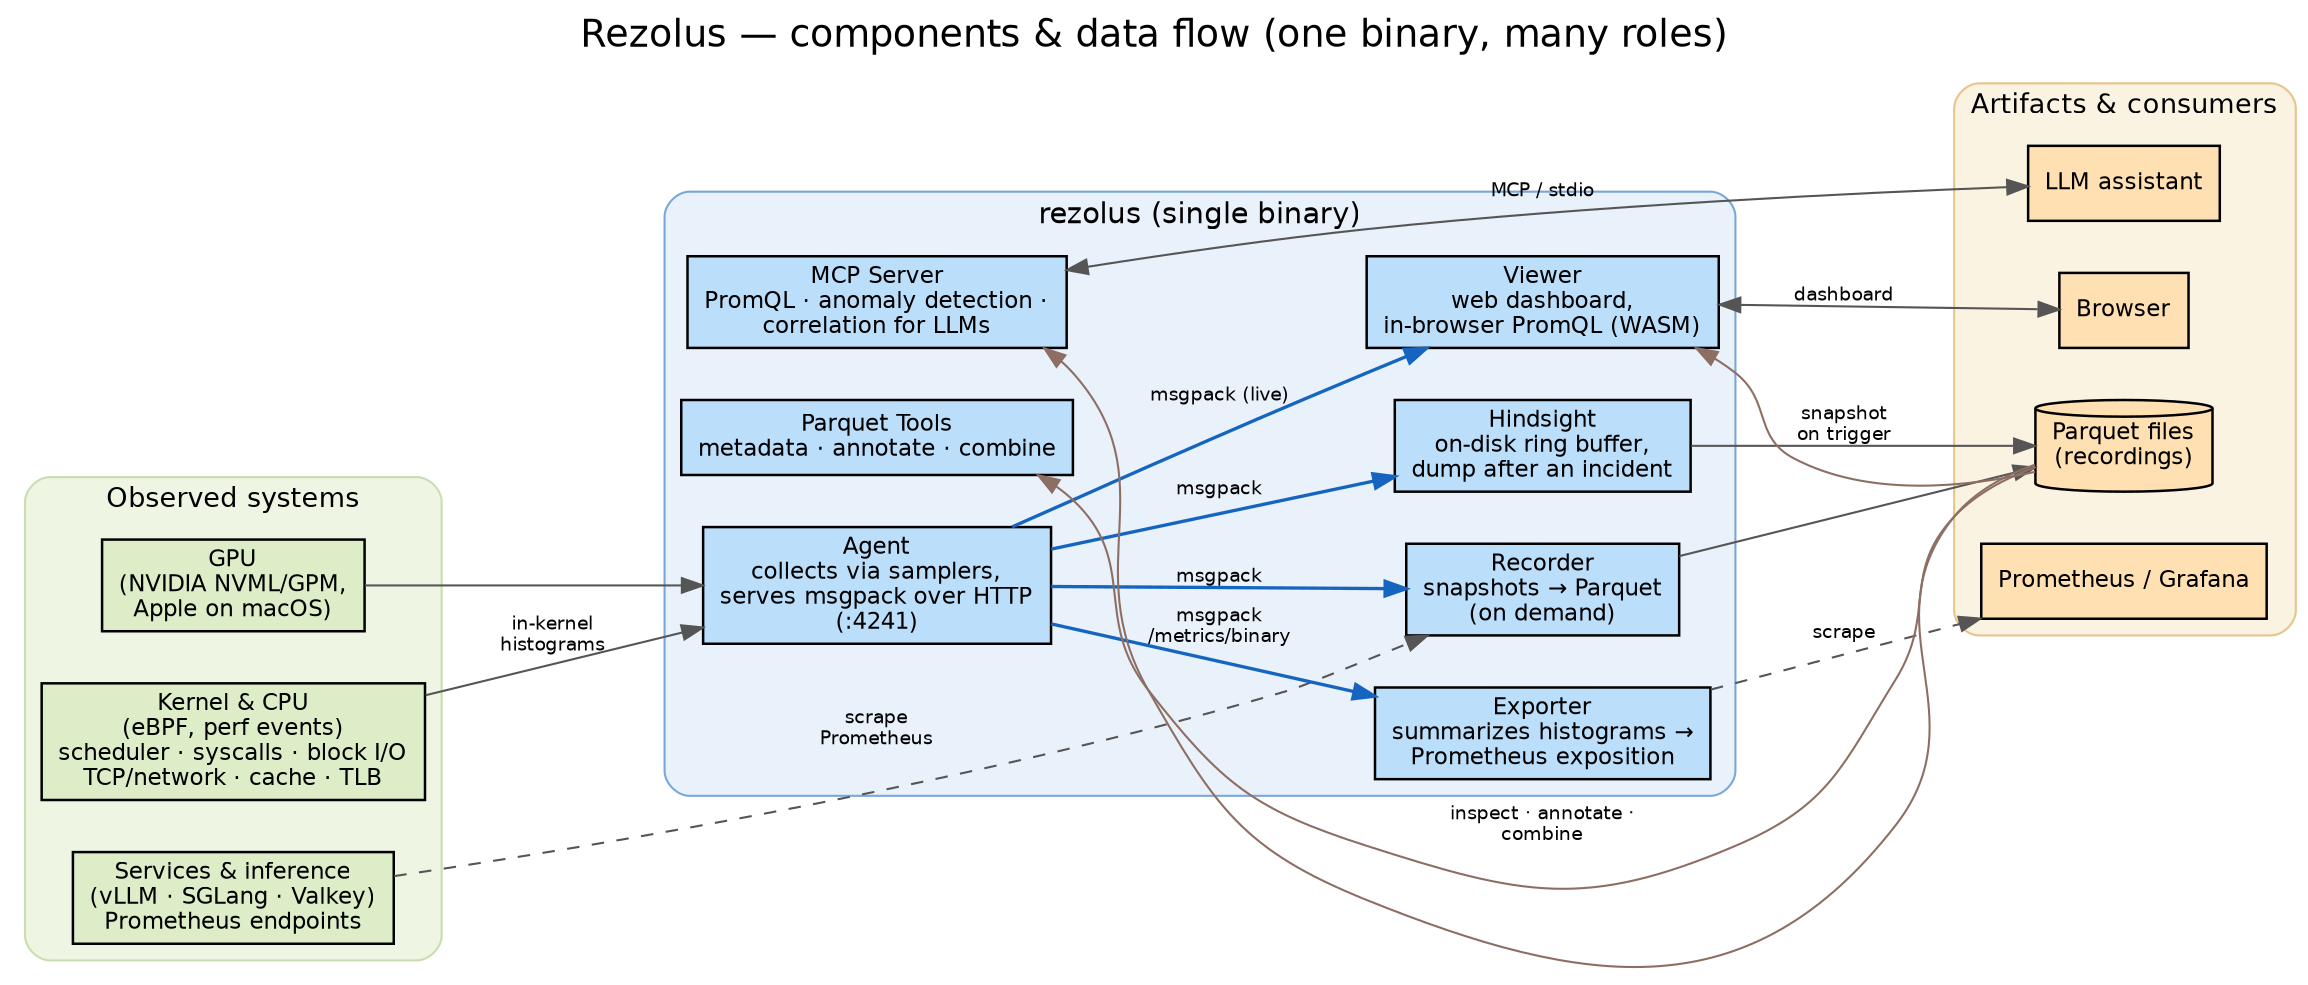
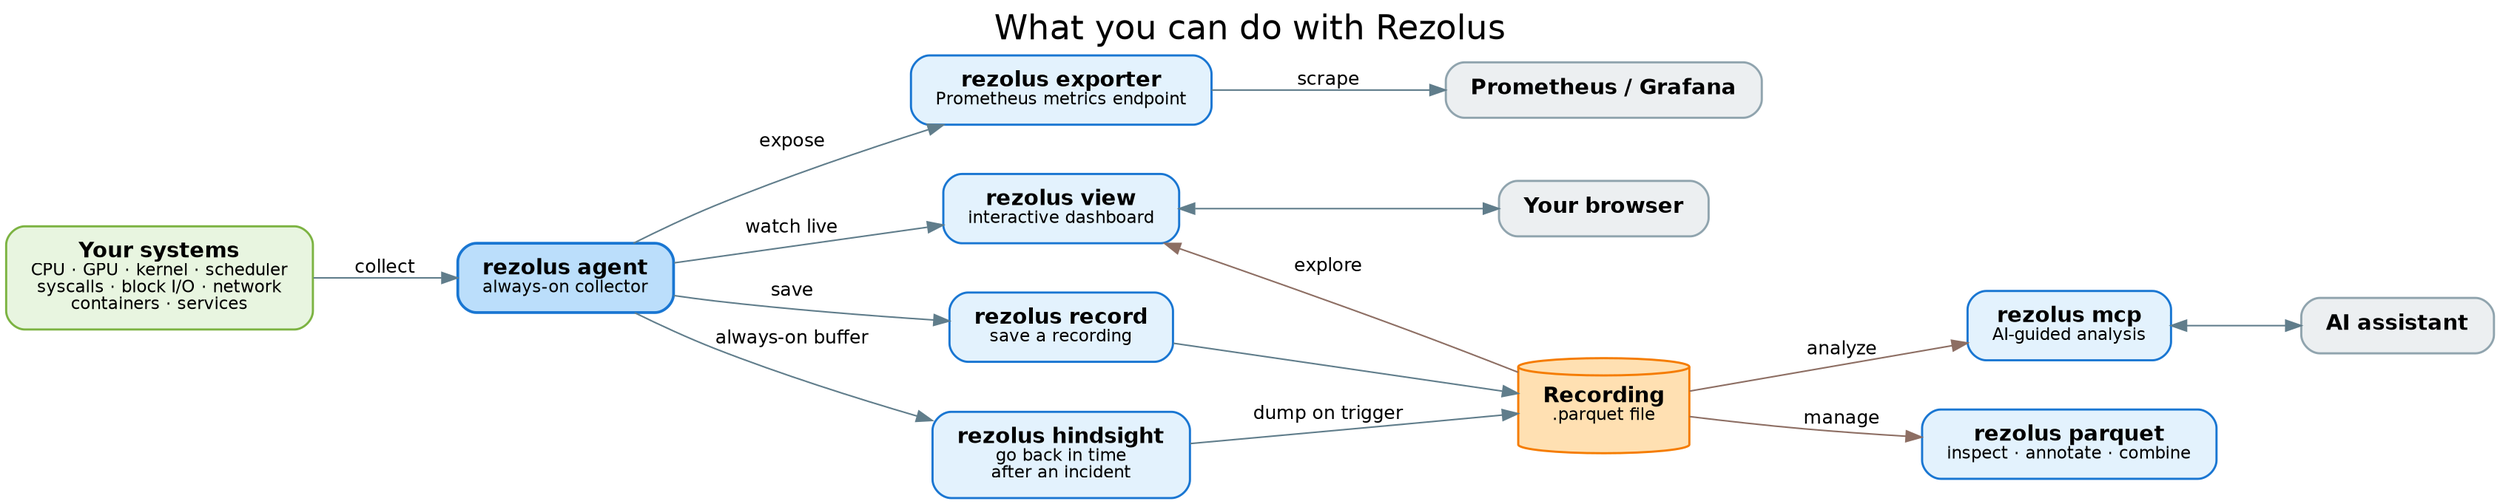
- // Rezolus component & data-flow diagram
+ // Rezolus — what you can do with it (user's view)
//
// Render:  dot -Tsvg docs/architecture.dot -o docs/architecture.svg
//          dot -Tpng docs/architecture.dot -o docs/architecture.png
//
- // A single `rezolus` binary provides every role shown in the middle band.
- // Arrows show how data flows between what Rezolus observes, the roles that
- // process it, the artifacts they produce, and the external systems that
- // consume them.
+ // Everything below is the one `rezolus` binary — you just pick the
+ // subcommand for the job. Arrows read as "what you do next".

digraph rezolus {
  rankdir=LR;
  fontname="Helvetica";
  labelloc="t";
-   label="Rezolus — components & data flow (one binary, many roles)";
-   fontsize=18;
-   nodesep=0.35;
-   ranksep=1.0;
+   label="What you can do with Rezolus";
+   fontsize=22;
+   nodesep=0.45;
+   ranksep=0.75;
  bgcolor="white";

-   node [fontname="Helvetica", fontsize=11, style="filled", penwidth=1.2];
-   edge [fontname="Helvetica", fontsize=9, color="#555555"];
+   node [fontname="Helvetica", fontsize=14, shape=box, style="rounded,filled", penwidth=1.4, margin="0.22,0.14"];
+   edge [fontname="Helvetica", fontsize=12, color="#607d8b"];

-   // ---- What Rezolus observes -------------------------------------------
-   subgraph cluster_sources {
-     label="Observed systems";
-     style="rounded,filled";
-     color="#c8ddb0";
-     fillcolor="#eef5e3";
-     fontname="Helvetica"; fontsize=13;
+   // ---- What you're watching --------------------------------------------
+   system [label=<<b>Your systems</b><br/><font point-size="11">CPU · GPU · kernel · scheduler<br/>syscalls · block I/O · network<br/>containers · services</font>>,
+           fillcolor="#e8f5e0", color="#7cb342"];

-     kernel   [label="Kernel & CPU\n(eBPF, perf events)\nscheduler · syscalls · block I/O\nTCP/network · cache · TLB", shape=box, fillcolor="#dcedc8"];
-     gpu      [label="GPU\n(NVIDIA NVML/GPM,\nApple on macOS)", shape=box, fillcolor="#dcedc8"];
-     services [label="Services & inference\n(vLLM · SGLang · Valkey)\nPrometheus endpoints", shape=box, fillcolor="#dcedc8"];
-   }
+   // ---- The always-on collector -----------------------------------------
+   agent [label=<<b>rezolus agent</b><br/><font point-size="11">always-on collector</font>>,
+          fillcolor="#bbdefb", color="#1976d2", penwidth=1.8];

-   // ---- The single binary and its roles ---------------------------------
-   subgraph cluster_binary {
-     label="rezolus (single binary)";
-     style="rounded,filled";
-     color="#7aa7d9";
-     fillcolor="#e9f1fb";
-     fontname="Helvetica"; fontsize=14;
+   // ---- Live: stream and watch ------------------------------------------
+   exporter [label=<<b>rezolus exporter</b><br/><font point-size="11">Prometheus metrics endpoint</font>>, fillcolor="#e3f2fd", color="#1976d2"];
+   view     [label=<<b>rezolus view</b><br/><font point-size="11">interactive dashboard</font>>,     fillcolor="#e3f2fd", color="#1976d2"];

-     agent     [label="Agent\ncollects via samplers,\nserves msgpack over HTTP\n(:4241)", shape=box, fillcolor="#bbdefb"];
-     exporter  [label="Exporter\nsummarizes histograms →\nPrometheus exposition", shape=box, fillcolor="#bbdefb"];
-     recorder  [label="Recorder\nsnapshots → Parquet\n(on demand)", shape=box, fillcolor="#bbdefb"];
-     hindsight [label="Hindsight\non-disk ring buffer,\ndump after an incident", shape=box, fillcolor="#bbdefb"];
-     viewer    [label="Viewer\nweb dashboard,\nin-browser PromQL (WASM)", shape=box, fillcolor="#bbdefb"];
-     pqtools   [label="Parquet Tools\nmetadata · annotate · combine", shape=box, fillcolor="#bbdefb"];
-     mcp       [label="MCP Server\nPromQL · anomaly detection ·\ncorrelation for LLMs", shape=box, fillcolor="#bbdefb"];
-   }
+   // ---- Capture to a file -----------------------------------------------
+   record    [label=<<b>rezolus record</b><br/><font point-size="11">save a recording</font>>,                 fillcolor="#e3f2fd", color="#1976d2"];
+   hindsight [label=<<b>rezolus hindsight</b><br/><font point-size="11">go back in time<br/>after an incident</font>>, fillcolor="#e3f2fd", color="#1976d2"];

-   // ---- Artifacts & external consumers ----------------------------------
-   subgraph cluster_out {
-     label="Artifacts & consumers";
-     style="rounded,filled";
-     color="#e6c48a";
-     fillcolor="#fbf3e2";
-     fontname="Helvetica"; fontsize=13;
+   // ---- Work with recordings --------------------------------------------
+   mcp     [label=<<b>rezolus mcp</b><br/><font point-size="11">AI-guided analysis</font>>,          fillcolor="#e3f2fd", color="#1976d2"];
+   pqtools [label=<<b>rezolus parquet</b><br/><font point-size="11">inspect · annotate · combine</font>>, fillcolor="#e3f2fd", color="#1976d2"];

-     parquet    [label="Parquet files\n(recordings)", shape=cylinder, fillcolor="#ffe0b2"];
-     prometheus [label="Prometheus / Grafana", shape=box, fillcolor="#ffe0b2"];
-     browser    [label="Browser", shape=box, fillcolor="#ffe0b2"];
-     llm        [label="LLM assistant", shape=box, fillcolor="#ffe0b2"];
-   }
+   // ---- The recording artifact ------------------------------------------
+   recording [label=<<b>Recording</b><br/><font point-size="11">.parquet file</font>>,
+              shape=cylinder, fillcolor="#ffe0b2", color="#f57c00"];

-   // ---- Collection: sources feed the agent ------------------------------
-   kernel   -> agent [label="in-kernel\nhistograms"];
-   gpu      -> agent;
-   services -> recorder [label="scrape\nPrometheus", style=dashed];
+   // ---- Where the value lands -------------------------------------------
+   grafana [label=<<b>Prometheus / Grafana</b>>, fillcolor="#eceff1", color="#90a4ae"];
+   browser [label=<<b>Your browser</b>>,          fillcolor="#eceff1", color="#90a4ae"];
+   llm     [label=<<b>AI assistant</b>>,           fillcolor="#eceff1", color="#90a4ae"];

-   // ---- Agent's msgpack snapshot fans out to every reader ---------------
-   agent -> exporter  [label="msgpack\n/metrics/binary", color="#1565c0", penwidth=1.6];
-   agent -> recorder  [label="msgpack", color="#1565c0", penwidth=1.6];
-   agent -> hindsight [label="msgpack", color="#1565c0", penwidth=1.6];
-   agent -> viewer    [label="msgpack (live)", color="#1565c0", penwidth=1.6];
+   // ---- Collect ----------------------------------------------------------
+   system -> agent [label="collect"];

-   // ---- Producing artifacts ---------------------------------------------
-   exporter  -> prometheus [label="scrape", style=dashed];
-   recorder  -> parquet;
-   hindsight -> parquet [label="snapshot\non trigger"];
+   // ---- Live from the agent ---------------------------------------------
+   agent -> exporter [label="expose"];
+   agent -> view     [label="watch live"];
+   agent -> record   [label="save"];
+   agent -> hindsight [label="always-on buffer"];

-   // ---- Consuming artifacts (back-edges; unconstrained so they route
-   //      cleanly without distorting the left-to-right ranks) ------------
-   parquet -> viewer  [color="#8d6e63", constraint=false];
-   parquet -> mcp     [color="#8d6e63", constraint=false];
-   parquet -> pqtools [label="inspect · annotate ·\ncombine", color="#8d6e63", constraint=false];
+   exporter -> grafana [label="scrape"];

-   // ---- Human / machine consumers ---------------------------------------
-   viewer -> browser [label="dashboard", dir=both];
-   mcp    -> llm [label="MCP / stdio", dir=both];
+   // ---- Produce a recording ---------------------------------------------
+   record    -> recording;
+   hindsight -> recording [label="dump on trigger"];
+ 
+   // ---- Do things with the recording (view sits with the live actions;
+   //      this edge is unconstrained so it doesn't stretch the layout) ----
+   recording -> view    [label="explore", color="#8d6e63", constraint=false];
+   recording -> mcp     [label="analyze", color="#8d6e63"];
+   recording -> pqtools [label="manage",  color="#8d6e63"];
+ 
+   // ---- Outcomes ---------------------------------------------------------
+   view -> browser [dir=both];
+   mcp  -> llm     [dir=both];
}
